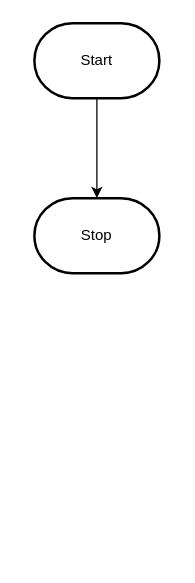
MTHS-ICD2O-1-2023/ICD2O-Unit-5-04-yoochan-han keeps this draw.io diagram as design/flowchart.drawio. Above is the earlier version. Source tidied: cells renumbered, new cells numbered last; positions are measured from the earlier drawing's top-left corner, leaving out a move shared by most shapes. Both pictures are drawn from the tidied source at 125%, with x=0, y=0 at pixel (34, 22).
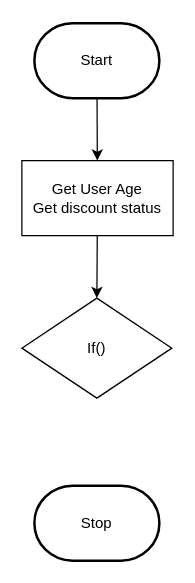
The same diagram, later.

The edit, as a diff of the source:
```diff
@@
 <mxGraphModel>
   <root>
     <mxCell id="0" />
     <mxCell id="1" parent="0" />
-    <mxCell id="2" style="edgeStyle=orthogonalEdgeStyle;html=1;rounded=0;" parent="1" edge="1" source="3" target="4">
-      <mxGeometry relative="1" as="geometry" />
-    </mxCell>
+    <mxCell id="5" style="edgeStyle=none;html=1;" parent="1" edge="1" source="3" target="2">
+      <mxGeometry relative="1" as="geometry" />
+    </mxCell>
     <mxCell id="3" value="Start" style="strokeWidth=2;html=1;shape=mxgraph.flowchart.terminator;whiteSpace=wrap;" parent="1" vertex="1">
       <mxGeometry width="100" height="60" as="geometry" />
     </mxCell>
     <mxCell id="4" value="Stop" style="strokeWidth=2;html=1;shape=mxgraph.flowchart.terminator;whiteSpace=wrap;" parent="1" vertex="1">
-      <mxGeometry y="140" width="100" height="60" as="geometry" />
+      <mxGeometry y="370" width="100" height="60" as="geometry" />
     </mxCell>
+    <mxCell id="6" style="edgeStyle=none;html=1;entryX=0.5;entryY=0;entryDx=0;entryDy=0;" parent="1" edge="1" source="2" target="7">
+      <mxGeometry relative="1" as="geometry" />
+    </mxCell>
+    <mxCell id="2" value="Get User Age&lt;br&gt;Get discount status" style="rounded=0;whiteSpace=wrap;html=1;" parent="1" vertex="1">
+      <mxGeometry x="-10" y="110" width="121" height="60" as="geometry" />
+    </mxCell>
+    <mxCell id="7" value="If()" style="rhombus;whiteSpace=wrap;html=1;" parent="1" vertex="1">
+      <mxGeometry x="-10" y="220" width="120" height="80" as="geometry" />
+    </mxCell>
   </root>
 </mxGraphModel>
```
